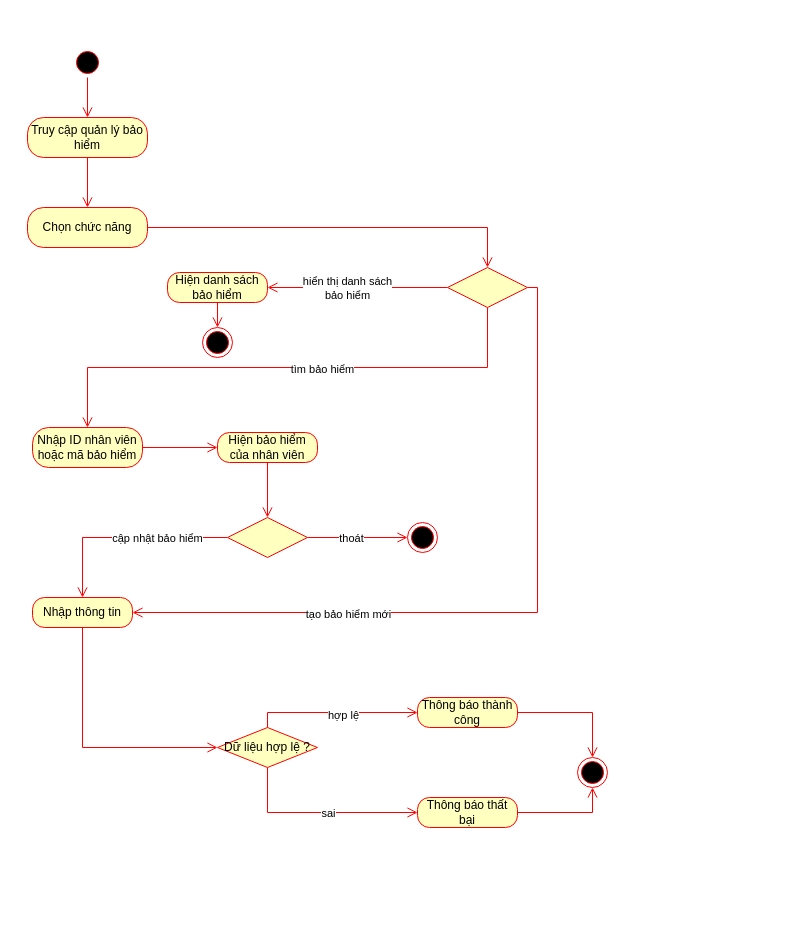
Before: QuanLyBaoHiem_AD.drawio in hoangda24312/Group4-DesigningSystem, a draw.io diagram. Source tidied: cells renumbered, new cells numbered last; positions are measured from the earlier drawing's top-left corner, leaving out a move shared by most shapes. Both pictures are drawn from the tidied source at 100%, with x=0, y=0 at pixel (27, 47).
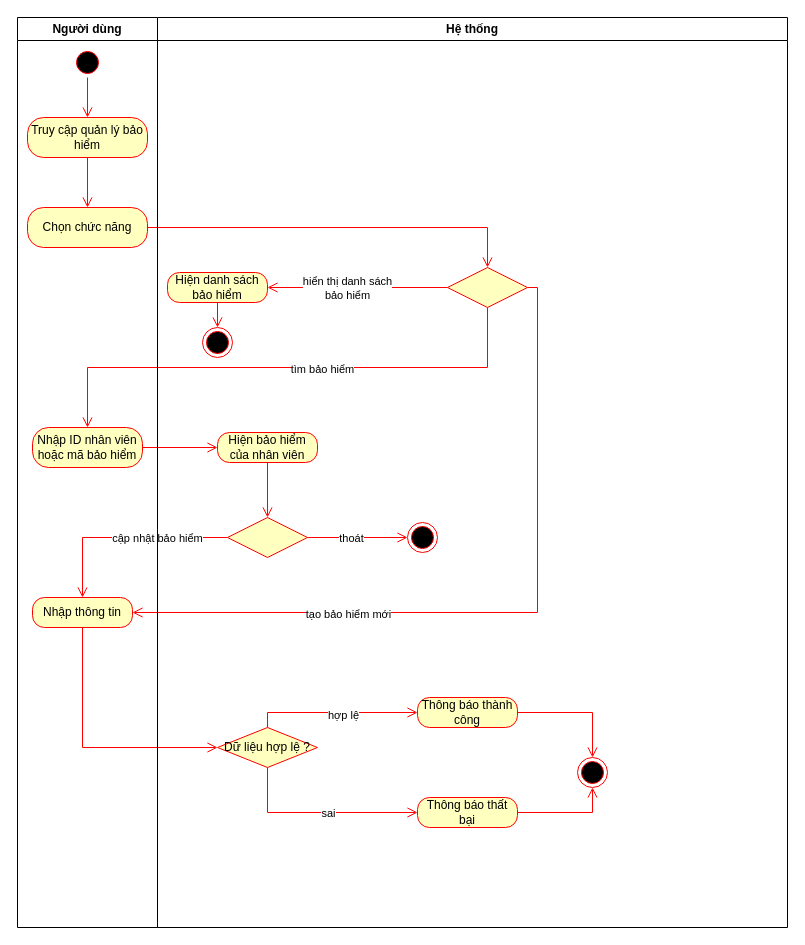
The same page after the edit.

Diff of the diagram source:
```diff
@@
+    <mxCell id="40" value="Người dùng" style="swimlane;whiteSpace=wrap;html=1;" parent="1" vertex="1">
+      <mxGeometry x="-10" y="-30" width="140" height="910" as="geometry" />
+    </mxCell>
+    <mxCell id="41" value="Hệ thống" style="swimlane;whiteSpace=wrap;html=1;" parent="1" vertex="1">
+      <mxGeometry x="130" y="-30" width="630" height="910" as="geometry" />
+    </mxCell>
```
